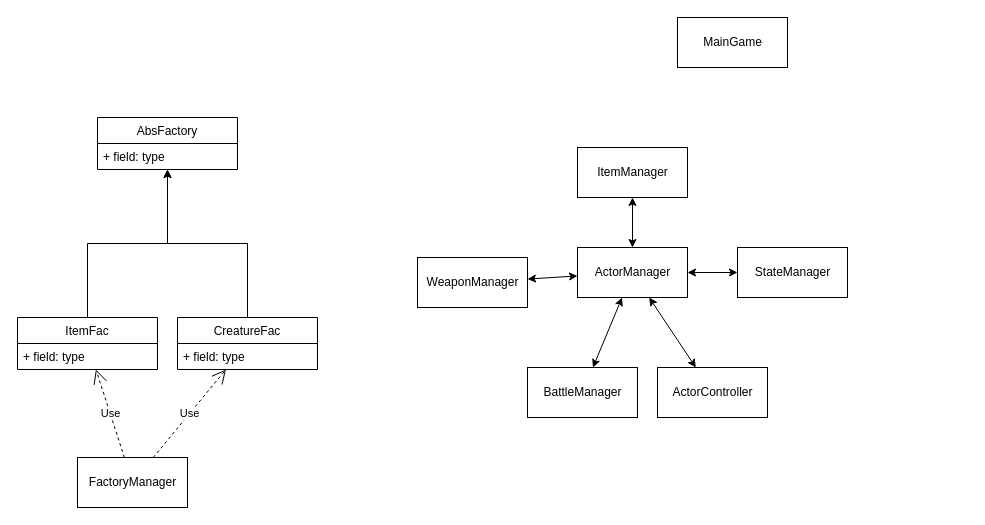
The draw.io diagram GameFramework.drawio in gatzai/DrawioStorage, before the edit. Source tidied: cells renumbered, new cells numbered last; positions are measured from the earlier drawing's top-left corner, leaving out a move shared by most shapes. Both pictures are drawn from the tidied source at 100%, with x=0, y=0 at pixel (17, 17).
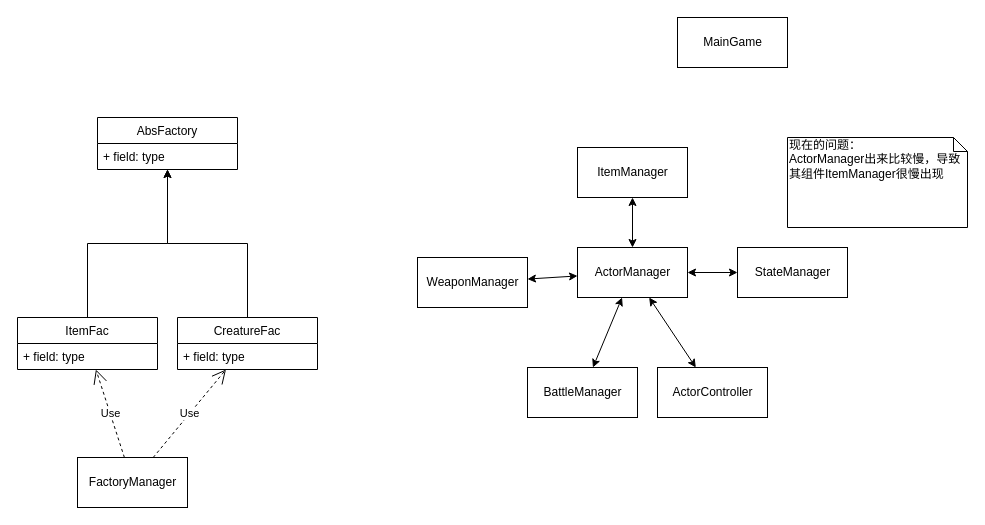
The same diagram, later.

Diff of the diagram source:
```diff
@@
+    <mxCell id="25" value="现在的问题：&lt;br&gt;ActorManager出来比较慢，导致其组件ItemManager很慢出现" style="shape=note;whiteSpace=wrap;html=1;size=14;verticalAlign=top;align=left;spacingTop=-6;" parent="1" vertex="1">
+      <mxGeometry x="770" y="120" width="180" height="90" as="geometry" />
+    </mxCell>
```
